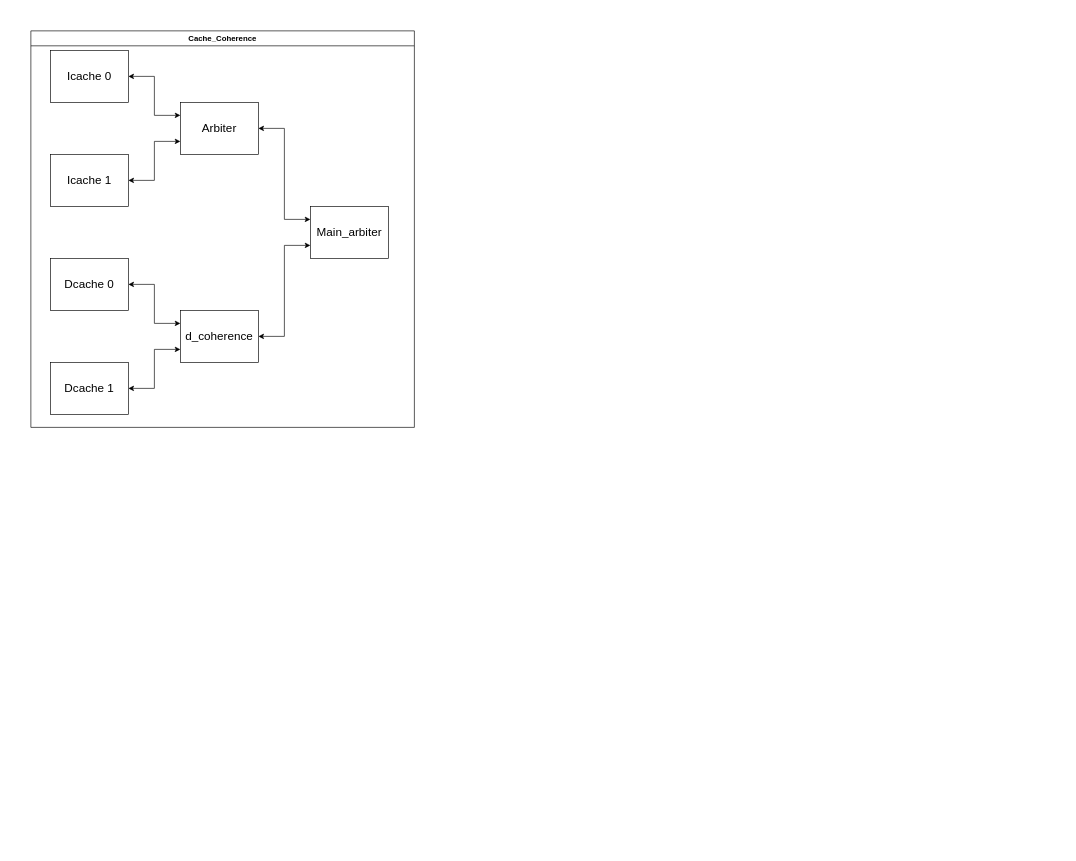
Above: page "Cache Coherence" (4 of 5) of piplelineprocessor_update.drawio in LeMinhHung120204/ISS-RV32ICMFA (draw.io), before the change. Source tidied: cells renumbered, new cells numbered last; positions are measured from the earlier drawing's top-left corner, leaving out a move shared by most shapes. Both pictures are drawn from the tidied source at 65%, with x=0, y=0 at pixel (31, 31).
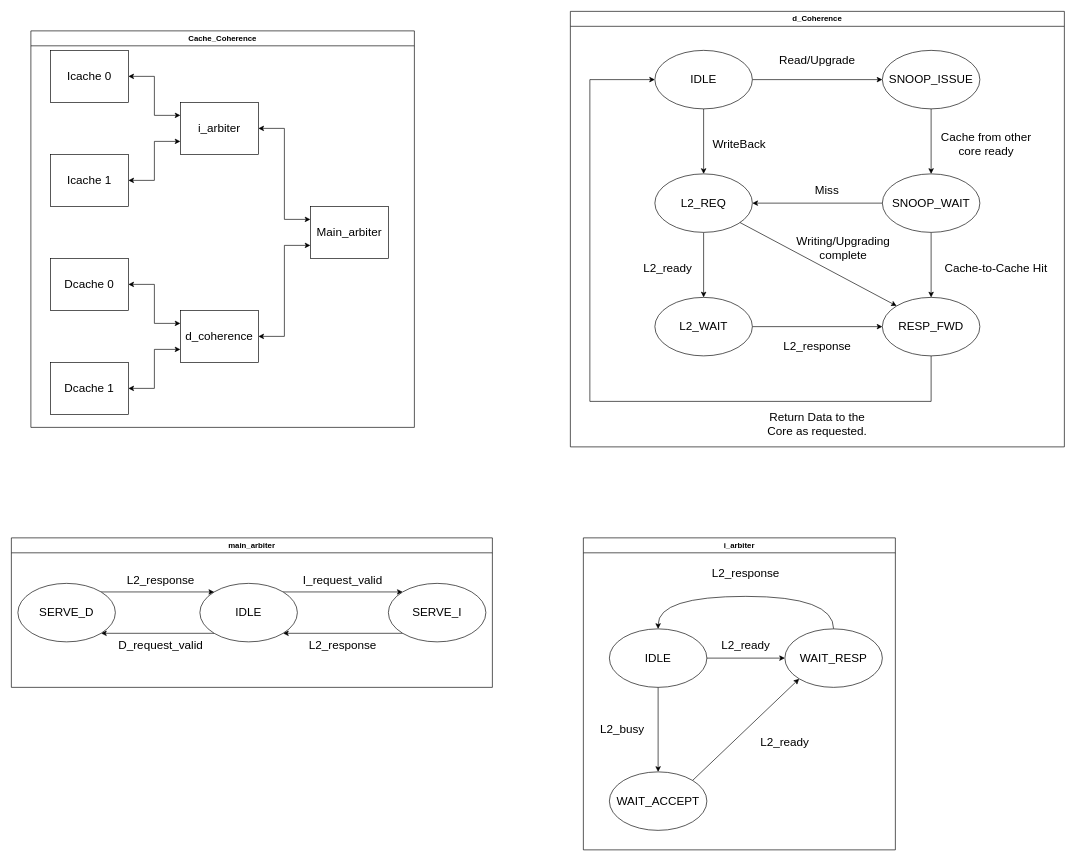
The same page after the edit.

Diff of the diagram source:
```diff
@@
-    <mxCell id="2" value="&lt;font style=&quot;font-size: 18px;&quot;&gt;Arbiter&lt;/font&gt;" style="rounded=0;whiteSpace=wrap;html=1;" parent="1" vertex="1">
+    <mxCell id="2" value="&lt;span style=&quot;font-size: 18px;&quot;&gt;i_arbiter&lt;/span&gt;" style="rounded=0;whiteSpace=wrap;html=1;" parent="1" vertex="1">
       <mxGeometry x="230" y="110" width="120" height="80" as="geometry" />
     </mxCell>
@@
+    <mxCell id="16" style="edgeStyle=orthogonalEdgeStyle;rounded=0;jettySize=auto;html=1;entryX=0;entryY=0.5;entryDx=0;entryDy=0;" parent="1" edge="1" source="18" target="20">
+      <mxGeometry relative="1" as="geometry" />
+    </mxCell>
+    <mxCell id="17" style="edgeStyle=orthogonalEdgeStyle;rounded=0;jettySize=auto;html=1;entryX=0.5;entryY=0;entryDx=0;entryDy=0;" parent="1" edge="1" source="18" target="25">
+      <mxGeometry relative="1" as="geometry" />
+    </mxCell>
+    <mxCell id="18" value="&lt;font style=&quot;font-size: 18px;&quot;&gt;IDLE&lt;/font&gt;" style="ellipse;whiteSpace=wrap;html=1;" parent="1" vertex="1">
+      <mxGeometry x="960" y="30" width="150" height="90" as="geometry" />
+    </mxCell>
+    <mxCell id="19" style="edgeStyle=orthogonalEdgeStyle;rounded=0;jettySize=auto;html=1;entryX=0.5;entryY=0;entryDx=0;entryDy=0;" parent="1" edge="1" source="20" target="23">
+      <mxGeometry relative="1" as="geometry" />
+    </mxCell>
+    <mxCell id="20" value="&lt;font style=&quot;font-size: 18px;&quot;&gt;SNOOP_ISSUE&lt;/font&gt;" style="ellipse;whiteSpace=wrap;html=1;" parent="1" vertex="1">
+      <mxGeometry x="1310" y="30" width="150" height="90" as="geometry" />
+    </mxCell>
+    <mxCell id="21" style="edgeStyle=orthogonalEdgeStyle;rounded=0;jettySize=auto;html=1;exitX=0;exitY=0.5;exitDx=0;exitDy=0;entryX=1;entryY=0.5;entryDx=0;entryDy=0;" parent="1" edge="1" source="23" target="25">
+      <mxGeometry relative="1" as="geometry" />
+    </mxCell>
+    <mxCell id="22" style="edgeStyle=orthogonalEdgeStyle;rounded=0;jettySize=auto;html=1;exitX=0.5;exitY=1;exitDx=0;exitDy=0;entryX=0.5;entryY=0;entryDx=0;entryDy=0;" parent="1" edge="1" source="23" target="29">
+      <mxGeometry relative="1" as="geometry" />
+    </mxCell>
+    <mxCell id="23" value="&lt;font style=&quot;font-size: 18px;&quot;&gt;SNOOP_WAIT&lt;/font&gt;" style="ellipse;whiteSpace=wrap;html=1;" parent="1" vertex="1">
+      <mxGeometry x="1310" y="220" width="150" height="90" as="geometry" />
+    </mxCell>
+    <mxCell id="24" style="edgeStyle=orthogonalEdgeStyle;rounded=0;jettySize=auto;html=1;entryX=0.5;entryY=0;entryDx=0;entryDy=0;" parent="1" edge="1" source="25" target="27">
+      <mxGeometry relative="1" as="geometry" />
+    </mxCell>
+    <mxCell id="25" value="&lt;font style=&quot;font-size: 18px;&quot;&gt;L2_REQ&lt;/font&gt;" style="ellipse;whiteSpace=wrap;html=1;" parent="1" vertex="1">
+      <mxGeometry x="960" y="220" width="150" height="90" as="geometry" />
+    </mxCell>
+    <mxCell id="26" style="edgeStyle=orthogonalEdgeStyle;rounded=0;jettySize=auto;html=1;entryX=0;entryY=0.5;entryDx=0;entryDy=0;" parent="1" edge="1" source="27" target="29">
+      <mxGeometry relative="1" as="geometry" />
+    </mxCell>
+    <mxCell id="27" value="&lt;font style=&quot;font-size: 18px;&quot;&gt;L2_WAIT&lt;/font&gt;" style="ellipse;whiteSpace=wrap;html=1;" parent="1" vertex="1">
+      <mxGeometry x="960" y="410" width="150" height="90" as="geometry" />
+    </mxCell>
+    <mxCell id="28" style="edgeStyle=orthogonalEdgeStyle;rounded=0;jettySize=auto;html=1;entryX=0;entryY=0.5;entryDx=0;entryDy=0;" parent="1" edge="1" source="29" target="18">
+      <mxGeometry relative="1" as="geometry">
+        <Array as="points">
+          <mxPoint x="1385" y="570" />
+          <mxPoint x="860" y="570" />
+          <mxPoint x="860" y="75" />
+        </Array>
+      </mxGeometry>
+    </mxCell>
+    <mxCell id="29" value="&lt;font style=&quot;font-size: 18px;&quot;&gt;RESP_FWD&lt;/font&gt;" style="ellipse;whiteSpace=wrap;html=1;" parent="1" vertex="1">
+      <mxGeometry x="1310" y="410" width="150" height="90" as="geometry" />
+    </mxCell>
+    <mxCell id="30" style="endArrow=classic;html=1;rounded=0;entryX=0;entryY=0;entryDx=0;entryDy=0;" parent="1" edge="1" source="25" target="29">
+      <mxGeometry relative="1" as="geometry" />
+    </mxCell>
+    <mxCell id="31" value="&lt;font style=&quot;font-size: 18px;&quot;&gt;Read/Upgrade&lt;/font&gt;" style="text;html=1;whiteSpace=wrap;strokeColor=none;fillColor=none;align=center;verticalAlign=middle;rounded=0;" parent="1" vertex="1">
+      <mxGeometry x="1140" y="20" width="140" height="50" as="geometry" />
+    </mxCell>
+    <mxCell id="32" value="&lt;span style=&quot;font-size: 18px;&quot;&gt;WriteBack&lt;/span&gt;" style="text;html=1;whiteSpace=wrap;strokeColor=none;fillColor=none;align=center;verticalAlign=middle;rounded=0;" parent="1" vertex="1">
+      <mxGeometry x="1040" y="150" width="100" height="50" as="geometry" />
+    </mxCell>
+    <mxCell id="33" value="&lt;font style=&quot;font-size: 18px;&quot;&gt;Cache from other core ready&lt;/font&gt;" style="text;html=1;whiteSpace=wrap;strokeColor=none;fillColor=none;align=center;verticalAlign=middle;rounded=0;" parent="1" vertex="1">
+      <mxGeometry x="1390" y="150" width="160" height="50" as="geometry" />
+    </mxCell>
+    <mxCell id="34" value="&lt;font style=&quot;font-size: 18px;&quot;&gt;Cache-to-Cache Hit&lt;/font&gt;" style="text;html=1;whiteSpace=wrap;strokeColor=none;fillColor=none;align=center;verticalAlign=middle;rounded=0;" parent="1" vertex="1">
+      <mxGeometry x="1400" y="340" width="170" height="50" as="geometry" />
+    </mxCell>
+    <mxCell id="35" value="&lt;font style=&quot;font-size: 18px;&quot;&gt;Miss&lt;/font&gt;" style="text;html=1;whiteSpace=wrap;strokeColor=none;fillColor=none;align=center;verticalAlign=middle;rounded=0;" parent="1" vertex="1">
+      <mxGeometry x="1155" y="220" width="140" height="50" as="geometry" />
+    </mxCell>
+    <mxCell id="36" value="&lt;span style=&quot;font-size: 18px;&quot;&gt;Writing/Upgrading complete&lt;/span&gt;" style="text;html=1;whiteSpace=wrap;strokeColor=none;fillColor=none;align=center;verticalAlign=middle;rounded=0;" parent="1" vertex="1">
+      <mxGeometry x="1200" y="310" width="100" height="50" as="geometry" />
+    </mxCell>
+    <mxCell id="37" value="&lt;span style=&quot;font-size: 18px;&quot;&gt;L2_ready&lt;/span&gt;" style="text;html=1;whiteSpace=wrap;strokeColor=none;fillColor=none;align=center;verticalAlign=middle;rounded=0;" parent="1" vertex="1">
+      <mxGeometry x="930" y="340" width="100" height="50" as="geometry" />
+    </mxCell>
+    <mxCell id="38" value="&lt;span style=&quot;font-size: 18px;&quot;&gt;Return Data to the Core as requested.&lt;/span&gt;" style="text;html=1;whiteSpace=wrap;strokeColor=none;fillColor=none;align=center;verticalAlign=middle;rounded=0;" parent="1" vertex="1">
+      <mxGeometry x="1115" y="580" width="190" height="50" as="geometry" />
+    </mxCell>
+    <mxCell id="39" value="&lt;span style=&quot;font-size: 18px;&quot;&gt;L2_response&lt;/span&gt;" style="text;html=1;whiteSpace=wrap;strokeColor=none;fillColor=none;align=center;verticalAlign=middle;rounded=0;" parent="1" vertex="1">
+      <mxGeometry x="1115" y="460" width="190" height="50" as="geometry" />
+    </mxCell>
+    <mxCell id="40" value="d_Coherence" style="swimlane;whiteSpace=wrap;html=1;" parent="1" vertex="1">
+      <mxGeometry x="830" y="-30" width="760" height="670" as="geometry" />
+    </mxCell>
+    <mxCell id="41" style="edgeStyle=orthogonalEdgeStyle;rounded=0;jettySize=auto;html=1;entryX=0;entryY=0.5;entryDx=0;entryDy=0;" parent="1" edge="1" source="43" target="46">
+      <mxGeometry relative="1" as="geometry" />
+    </mxCell>
+    <mxCell id="42" style="edgeStyle=orthogonalEdgeStyle;rounded=0;jettySize=auto;html=1;entryX=0.5;entryY=0;entryDx=0;entryDy=0;" parent="1" edge="1" source="43" target="44">
+      <mxGeometry relative="1" as="geometry" />
+    </mxCell>
+    <mxCell id="43" value="&lt;font style=&quot;font-size: 18px;&quot;&gt;IDLE&lt;/font&gt;" style="ellipse;whiteSpace=wrap;html=1;" parent="1" vertex="1">
+      <mxGeometry x="890" y="920" width="150" height="90" as="geometry" />
+    </mxCell>
+    <mxCell id="44" value="&lt;font style=&quot;font-size: 18px;&quot;&gt;WAIT_ACCEPT&lt;/font&gt;" style="ellipse;whiteSpace=wrap;html=1;" parent="1" vertex="1">
+      <mxGeometry x="890" y="1140" width="150" height="90" as="geometry" />
+    </mxCell>
+    <mxCell id="45" style="edgeStyle=orthogonalEdgeStyle;rounded=0;jettySize=auto;html=1;exitX=0.5;exitY=0;exitDx=0;exitDy=0;entryX=0.5;entryY=0;entryDx=0;entryDy=0;curved=1;" parent="1" edge="1" source="46" target="43">
+      <mxGeometry relative="1" as="geometry">
+        <Array as="points">
+          <mxPoint x="1235" y="870" />
+          <mxPoint x="965" y="870" />
+        </Array>
+      </mxGeometry>
+    </mxCell>
+    <mxCell id="46" value="&lt;font style=&quot;font-size: 18px;&quot;&gt;WAIT_RESP&lt;/font&gt;" style="ellipse;whiteSpace=wrap;html=1;" parent="1" vertex="1">
+      <mxGeometry x="1160" y="920" width="150" height="90" as="geometry" />
+    </mxCell>
+    <mxCell id="47" style="endArrow=classic;html=1;rounded=0;entryX=0;entryY=1;entryDx=0;entryDy=0;exitX=1;exitY=0;exitDx=0;exitDy=0;" parent="1" edge="1" source="44" target="46">
+      <mxGeometry relative="1" as="geometry" />
+    </mxCell>
+    <mxCell id="48" value="&lt;span style=&quot;font-size: 18px;&quot;&gt;L2_ready&lt;/span&gt;" style="text;html=1;whiteSpace=wrap;strokeColor=none;fillColor=none;align=center;verticalAlign=middle;rounded=0;" parent="1" vertex="1">
+      <mxGeometry x="1050" y="920" width="100" height="50" as="geometry" />
+    </mxCell>
+    <mxCell id="49" value="&lt;span style=&quot;font-size: 18px;&quot;&gt;L2_busy&lt;/span&gt;" style="text;html=1;whiteSpace=wrap;strokeColor=none;fillColor=none;align=center;verticalAlign=middle;rounded=0;" parent="1" vertex="1">
+      <mxGeometry x="860" y="1050" width="100" height="50" as="geometry" />
+    </mxCell>
+    <mxCell id="50" value="&lt;span style=&quot;font-size: 18px;&quot;&gt;L2_ready&lt;/span&gt;" style="text;html=1;whiteSpace=wrap;strokeColor=none;fillColor=none;align=center;verticalAlign=middle;rounded=0;" parent="1" vertex="1">
+      <mxGeometry x="1110" y="1070" width="100" height="50" as="geometry" />
+    </mxCell>
+    <mxCell id="51" value="&lt;span style=&quot;font-size: 18px;&quot;&gt;L2_response&lt;/span&gt;" style="text;html=1;whiteSpace=wrap;strokeColor=none;fillColor=none;align=center;verticalAlign=middle;rounded=0;" parent="1" vertex="1">
+      <mxGeometry x="1050" y="810" width="100" height="50" as="geometry" />
+    </mxCell>
+    <mxCell id="52" value="i_arbiter" style="swimlane;whiteSpace=wrap;html=1;" parent="1" vertex="1">
+      <mxGeometry x="850" y="780" width="480" height="480" as="geometry" />
+    </mxCell>
+    <mxCell id="53" style="edgeStyle=orthogonalEdgeStyle;rounded=0;jettySize=auto;html=1;exitX=0;exitY=1;exitDx=0;exitDy=0;entryX=1;entryY=1;entryDx=0;entryDy=0;" parent="1" edge="1" source="55" target="57">
+      <mxGeometry relative="1" as="geometry" />
+    </mxCell>
+    <mxCell id="54" style="edgeStyle=orthogonalEdgeStyle;rounded=0;jettySize=auto;html=1;exitX=1;exitY=0;exitDx=0;exitDy=0;entryX=0;entryY=0;entryDx=0;entryDy=0;" parent="1" edge="1" source="55" target="59">
+      <mxGeometry relative="1" as="geometry" />
+    </mxCell>
+    <mxCell id="55" value="&lt;font style=&quot;font-size: 18px;&quot;&gt;IDLE&lt;/font&gt;" style="ellipse;whiteSpace=wrap;html=1;" parent="1" vertex="1">
+      <mxGeometry x="260" y="850" width="150" height="90" as="geometry" />
+    </mxCell>
+    <mxCell id="56" style="edgeStyle=orthogonalEdgeStyle;rounded=0;jettySize=auto;html=1;exitX=1;exitY=0;exitDx=0;exitDy=0;entryX=0;entryY=0;entryDx=0;entryDy=0;" parent="1" edge="1" source="57" target="55">
+      <mxGeometry relative="1" as="geometry" />
+    </mxCell>
+    <mxCell id="57" value="&lt;font style=&quot;font-size: 18px;&quot;&gt;SERVE_D&lt;/font&gt;" style="ellipse;whiteSpace=wrap;html=1;" parent="1" vertex="1">
+      <mxGeometry x="-20" y="850" width="150" height="90" as="geometry" />
+    </mxCell>
+    <mxCell id="58" style="edgeStyle=orthogonalEdgeStyle;rounded=0;jettySize=auto;html=1;exitX=0;exitY=1;exitDx=0;exitDy=0;entryX=1;entryY=1;entryDx=0;entryDy=0;" parent="1" edge="1" source="59" target="55">
+      <mxGeometry relative="1" as="geometry" />
+    </mxCell>
+    <mxCell id="59" value="&lt;font style=&quot;font-size: 18px;&quot;&gt;SERVE_I&lt;/font&gt;" style="ellipse;whiteSpace=wrap;html=1;" parent="1" vertex="1">
+      <mxGeometry x="550" y="850" width="150" height="90" as="geometry" />
+    </mxCell>
+    <mxCell id="60" value="&lt;span style=&quot;font-size: 18px;&quot;&gt;D_request_valid&lt;/span&gt;" style="text;html=1;whiteSpace=wrap;strokeColor=none;fillColor=none;align=center;verticalAlign=middle;rounded=0;" parent="1" vertex="1">
+      <mxGeometry x="120" y="920" width="160" height="50" as="geometry" />
+    </mxCell>
+    <mxCell id="61" value="&lt;span style=&quot;font-size: 18px;&quot;&gt;I_request_valid&lt;/span&gt;" style="text;html=1;whiteSpace=wrap;strokeColor=none;fillColor=none;align=center;verticalAlign=middle;rounded=0;" parent="1" vertex="1">
+      <mxGeometry x="400" y="820" width="160" height="50" as="geometry" />
+    </mxCell>
+    <mxCell id="62" value="&lt;span style=&quot;font-size: 18px;&quot;&gt;L2_response&lt;/span&gt;" style="text;html=1;whiteSpace=wrap;strokeColor=none;fillColor=none;align=center;verticalAlign=middle;rounded=0;" parent="1" vertex="1">
+      <mxGeometry x="120" y="820" width="160" height="50" as="geometry" />
+    </mxCell>
+    <mxCell id="63" value="&lt;span style=&quot;font-size: 18px;&quot;&gt;L2_response&lt;/span&gt;" style="text;html=1;whiteSpace=wrap;strokeColor=none;fillColor=none;align=center;verticalAlign=middle;rounded=0;" parent="1" vertex="1">
+      <mxGeometry x="400" y="920" width="160" height="50" as="geometry" />
+    </mxCell>
+    <mxCell id="64" value="main_arbiter" style="swimlane;whiteSpace=wrap;html=1;" parent="1" vertex="1">
+      <mxGeometry x="-30" y="780" width="740" height="230" as="geometry" />
+    </mxCell>
```
